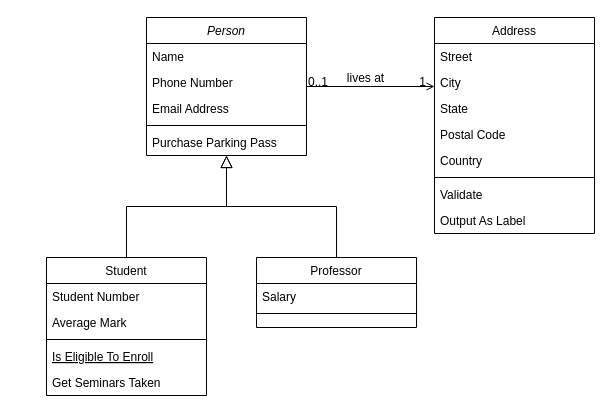
VictorGotsenko/02-Project-Simulation keeps this draw.io diagram as class diagram.drawio. Above is the earlier version. Source tidied: cells renumbered, new cells numbered last; positions are measured from the earlier drawing's top-left corner, leaving out a move shared by most shapes. Both pictures are drawn from the tidied source at 100%, with x=0, y=0 at pixel (46, 17).
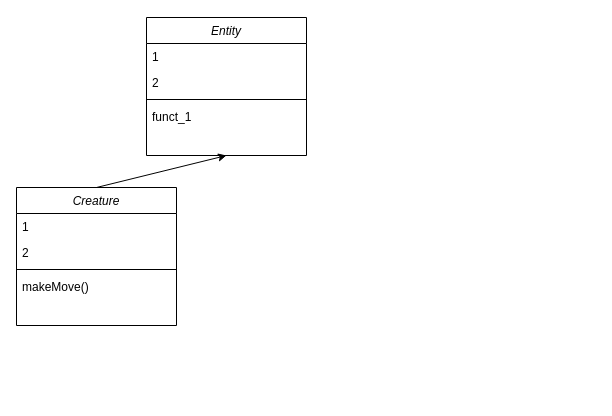
The same diagram, later.

The edit, as a diff of the source:
```diff
@@
-    <mxCell id="2" value="Person" style="swimlane;fontStyle=2;align=center;verticalAlign=top;horizontal=1;startSize=26;rounded=0;shadow=0;strokeWidth=1;" parent="1" vertex="1">
+    <mxCell id="2" value="Entity" style="swimlane;fontStyle=2;align=center;verticalAlign=top;horizontal=1;startSize=26;rounded=0;shadow=0;strokeWidth=1;" parent="1" vertex="1">
       <mxGeometry x="100" width="160" height="138" as="geometry" />
     </mxCell>
-    <mxCell id="3" value="Name" style="text;align=left;verticalAlign=top;spacingLeft=4;spacingRight=4;overflow=hidden;" parent="2" vertex="1">
+    <mxCell id="3" value="1" style="text;align=left;verticalAlign=top;spacingLeft=4;spacingRight=4;overflow=hidden;" parent="2" vertex="1">
       <mxGeometry y="26" width="160" height="26" as="geometry" />
     </mxCell>
-    <mxCell id="4" value="Phone Number" style="text;align=left;verticalAlign=top;spacingLeft=4;spacingRight=4;overflow=hidden;rounded=0;shadow=0;html=0;" parent="2" vertex="1">
+    <mxCell id="4" value="2" style="text;align=left;verticalAlign=top;spacingLeft=4;spacingRight=4;overflow=hidden;rounded=0;shadow=0;html=0;" parent="2" vertex="1">
       <mxGeometry y="52" width="160" height="26" as="geometry" />
     </mxCell>
-    <mxCell id="5" value="Email Address" style="text;align=left;verticalAlign=top;spacingLeft=4;spacingRight=4;overflow=hidden;rounded=0;shadow=0;html=0;" parent="2" vertex="1">
-      <mxGeometry y="78" width="160" height="26" as="geometry" />
-    </mxCell>
     <mxCell id="6" style="line;html=1;strokeWidth=1;align=left;verticalAlign=middle;spacingTop=-1;spacingLeft=3;spacingRight=3;labelPosition=right;" parent="2" vertex="1">
-      <mxGeometry y="104" width="160" height="8" as="geometry" />
+      <mxGeometry y="78" width="160" height="8" as="geometry" />
     </mxCell>
-    <mxCell id="7" value="Purchase Parking Pass" style="text;align=left;verticalAlign=top;spacingLeft=4;spacingRight=4;overflow=hidden;" parent="2" vertex="1">
-      <mxGeometry y="112" width="160" height="26" as="geometry" />
+    <mxCell id="7" value="funct_1" style="text;align=left;verticalAlign=top;spacingLeft=4;spacingRight=4;overflow=hidden;" parent="2" vertex="1">
+      <mxGeometry y="86" width="160" height="26" as="geometry" />
     </mxCell>
-    <mxCell id="8" value="Student" style="swimlane;fontStyle=0;align=center;verticalAlign=top;horizontal=1;startSize=26;rounded=0;shadow=0;strokeWidth=1;" parent="1" vertex="1">
-      <mxGeometry y="240" width="160" height="138" as="geometry" />
-    </mxCell>
-    <mxCell id="9" value="Student Number" style="text;align=left;verticalAlign=top;spacingLeft=4;spacingRight=4;overflow=hidden;" parent="8" vertex="1">
-      <mxGeometry y="26" width="160" height="26" as="geometry" />
-    </mxCell>
-    <mxCell id="10" value="Average Mark" style="text;align=left;verticalAlign=top;spacingLeft=4;spacingRight=4;overflow=hidden;rounded=0;shadow=0;html=0;" parent="8" vertex="1">
-      <mxGeometry y="52" width="160" height="26" as="geometry" />
-    </mxCell>
+    <mxCell id="32" value="Creature" style="swimlane;fontStyle=2;align=center;verticalAlign=top;horizontal=1;startSize=26;rounded=0;shadow=0;strokeWidth=1;" parent="1" vertex="1">
+      <mxGeometry x="-30" y="170" width="160" height="138" as="geometry" />
+    </mxCell>
+    <mxCell id="30" value="1" style="text;align=left;verticalAlign=top;spacingLeft=4;spacingRight=4;overflow=hidden;" parent="32" vertex="1">
+      <mxGeometry y="26" width="160" height="26" as="geometry" />
+    </mxCell>
+    <mxCell id="33" value="2" style="text;align=left;verticalAlign=top;spacingLeft=4;spacingRight=4;overflow=hidden;rounded=0;shadow=0;html=0;" parent="32" vertex="1">
+      <mxGeometry y="52" width="160" height="26" as="geometry" />
+    </mxCell>
-    <mxCell id="11" style="line;html=1;strokeWidth=1;align=left;verticalAlign=middle;spacingTop=-1;spacingLeft=3;spacingRight=3;labelPosition=right;" parent="8" vertex="1">
+    <mxCell id="11" style="line;html=1;strokeWidth=1;align=left;verticalAlign=middle;spacingTop=-1;spacingLeft=3;spacingRight=3;labelPosition=right;" parent="32" vertex="1">
       <mxGeometry y="78" width="160" height="8" as="geometry" />
     </mxCell>
-    <mxCell id="12" value="Is Eligible To Enroll" style="text;align=left;verticalAlign=top;spacingLeft=4;spacingRight=4;overflow=hidden;fontStyle=4;" parent="8" vertex="1">
-      <mxGeometry y="86" width="160" height="26" as="geometry" />
-    </mxCell>
-    <mxCell id="13" value="Get Seminars Taken" style="text;align=left;verticalAlign=top;spacingLeft=4;spacingRight=4;overflow=hidden;" parent="8" vertex="1">
-      <mxGeometry y="112" width="160" height="26" as="geometry" />
-    </mxCell>
-    <mxCell id="14" style="endArrow=block;endSize=10;endFill=0;shadow=0;strokeWidth=1;rounded=0;edgeStyle=elbowEdgeStyle;elbow=vertical;" parent="1" edge="1" source="8" target="2">
-      <mxGeometry relative="1" as="geometry" />
-    </mxCell>
-    <mxCell id="15" value="Professor" style="swimlane;fontStyle=0;align=center;verticalAlign=top;horizontal=1;startSize=26;rounded=0;shadow=0;strokeWidth=1;" parent="1" vertex="1">
-      <mxGeometry x="210" y="240" width="160" height="70" as="geometry" />
-    </mxCell>
-    <mxCell id="16" value="Salary" style="text;align=left;verticalAlign=top;spacingLeft=4;spacingRight=4;overflow=hidden;" parent="15" vertex="1">
-      <mxGeometry y="26" width="160" height="26" as="geometry" />
-    </mxCell>
-    <mxCell id="17" style="line;html=1;strokeWidth=1;align=left;verticalAlign=middle;spacingTop=-1;spacingLeft=3;spacingRight=3;labelPosition=right;" parent="15" vertex="1">
-      <mxGeometry y="52" width="160" height="8" as="geometry" />
-    </mxCell>
-    <mxCell id="18" style="endArrow=block;endSize=10;endFill=0;shadow=0;strokeWidth=1;rounded=0;edgeStyle=elbowEdgeStyle;elbow=vertical;" parent="1" edge="1" source="15" target="2">
-      <mxGeometry relative="1" as="geometry" />
-    </mxCell>
-    <mxCell id="19" value="Address" style="swimlane;fontStyle=0;align=center;verticalAlign=top;horizontal=1;startSize=26;rounded=0;shadow=0;strokeWidth=1;" parent="1" vertex="1">
-      <mxGeometry x="388" width="160" height="216" as="geometry" />
-    </mxCell>
-    <mxCell id="20" value="Street" style="text;align=left;verticalAlign=top;spacingLeft=4;spacingRight=4;overflow=hidden;" parent="19" vertex="1">
-      <mxGeometry y="26" width="160" height="26" as="geometry" />
-    </mxCell>
-    <mxCell id="21" value="City" style="text;align=left;verticalAlign=top;spacingLeft=4;spacingRight=4;overflow=hidden;rounded=0;shadow=0;html=0;" parent="19" vertex="1">
-      <mxGeometry y="52" width="160" height="26" as="geometry" />
-    </mxCell>
-    <mxCell id="22" value="State" style="text;align=left;verticalAlign=top;spacingLeft=4;spacingRight=4;overflow=hidden;rounded=0;shadow=0;html=0;" parent="19" vertex="1">
-      <mxGeometry y="78" width="160" height="26" as="geometry" />
-    </mxCell>
-    <mxCell id="23" value="Postal Code" style="text;align=left;verticalAlign=top;spacingLeft=4;spacingRight=4;overflow=hidden;rounded=0;shadow=0;html=0;" parent="19" vertex="1">
-      <mxGeometry y="104" width="160" height="26" as="geometry" />
-    </mxCell>
-    <mxCell id="24" value="Country" style="text;align=left;verticalAlign=top;spacingLeft=4;spacingRight=4;overflow=hidden;rounded=0;shadow=0;html=0;" parent="19" vertex="1">
-      <mxGeometry y="130" width="160" height="26" as="geometry" />
-    </mxCell>
-    <mxCell id="25" style="line;html=1;strokeWidth=1;align=left;verticalAlign=middle;spacingTop=-1;spacingLeft=3;spacingRight=3;labelPosition=right;" parent="19" vertex="1">
-      <mxGeometry y="156" width="160" height="8" as="geometry" />
-    </mxCell>
-    <mxCell id="26" value="Validate" style="text;align=left;verticalAlign=top;spacingLeft=4;spacingRight=4;overflow=hidden;" parent="19" vertex="1">
-      <mxGeometry y="164" width="160" height="26" as="geometry" />
-    </mxCell>
-    <mxCell id="27" value="Output As Label" style="text;align=left;verticalAlign=top;spacingLeft=4;spacingRight=4;overflow=hidden;" parent="19" vertex="1">
-      <mxGeometry y="190" width="160" height="26" as="geometry" />
-    </mxCell>
-    <mxCell id="28" style="endArrow=open;shadow=0;strokeWidth=1;rounded=0;endFill=1;edgeStyle=elbowEdgeStyle;elbow=vertical;" parent="1" edge="1" source="2" target="19">
-      <mxGeometry x="0.5" y="41" relative="1" as="geometry">
-        <mxPoint x="-40" y="32" as="offset" />
-      </mxGeometry>
-    </mxCell>
-    <mxCell id="29" value="0..1" style="align=left;verticalAlign=bottom;labelBackgroundColor=none;fontSize=12;" parent="28" vertex="1">
-      <mxGeometry x="-1" relative="1" as="geometry">
-        <mxPoint y="4" as="offset" />
-      </mxGeometry>
-    </mxCell>
-    <mxCell id="30" value="1" style="align=right;verticalAlign=bottom;labelBackgroundColor=none;fontSize=12;" parent="28" vertex="1">
-      <mxGeometry x="1" relative="1" as="geometry">
-        <mxPoint x="-7" y="4" as="offset" />
-      </mxGeometry>
-    </mxCell>
-    <mxCell id="31" value="lives at" style="text;html=1;align=center;verticalAlign=middle;labelBackgroundColor=none;rounded=0;shadow=0;strokeWidth=1;fontSize=12;" parent="28" vertex="1">
-      <mxGeometry x="0.5" y="49" relative="1" as="geometry">
-        <mxPoint x="-38" y="40" as="offset" />
-      </mxGeometry>
-    </mxCell>
+    <mxCell id="34" value="makeMove()" style="text;align=left;verticalAlign=top;spacingLeft=4;spacingRight=4;overflow=hidden;" parent="32" vertex="1">
+      <mxGeometry y="86" width="160" height="26" as="geometry" />
+    </mxCell>
+    <mxCell id="35" style="endArrow=classic;html=1;rounded=0;exitX=0.5;exitY=0;exitDx=0;exitDy=0;entryX=0.5;entryY=1;entryDx=0;entryDy=0;" parent="1" edge="1" source="32" target="2">
+      <mxGeometry relative="1" as="geometry" />
+    </mxCell>
```
